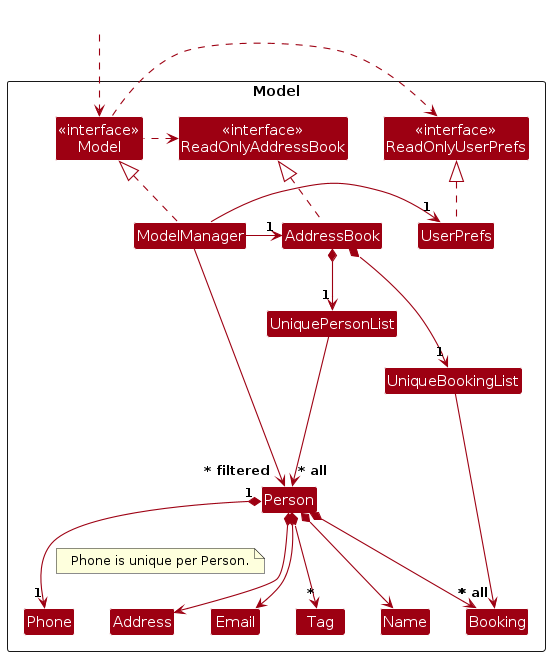
AY2425S2-CS2103T-T08-2/tp keeps this PlantUML diagram as diagrams/ModelClassDiagram.png. Above is the earlier version. Its source is kept beside it as diagrams/ModelClassDiagram.puml.
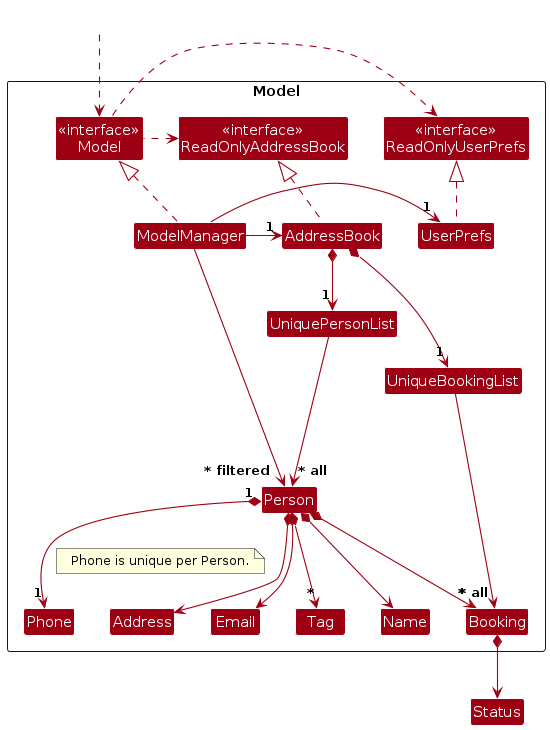
After the commit.

The edit, as a diff of the source:
```diff
@@ -50,6 +50,7 @@
 Person *--> Address
 Person *--> "*" Tag
 Person *--> "*" Booking
+Booking *--> Status
 
 Person -[hidden]up--> I
 UniquePersonList -[hidden]right-> I
```
